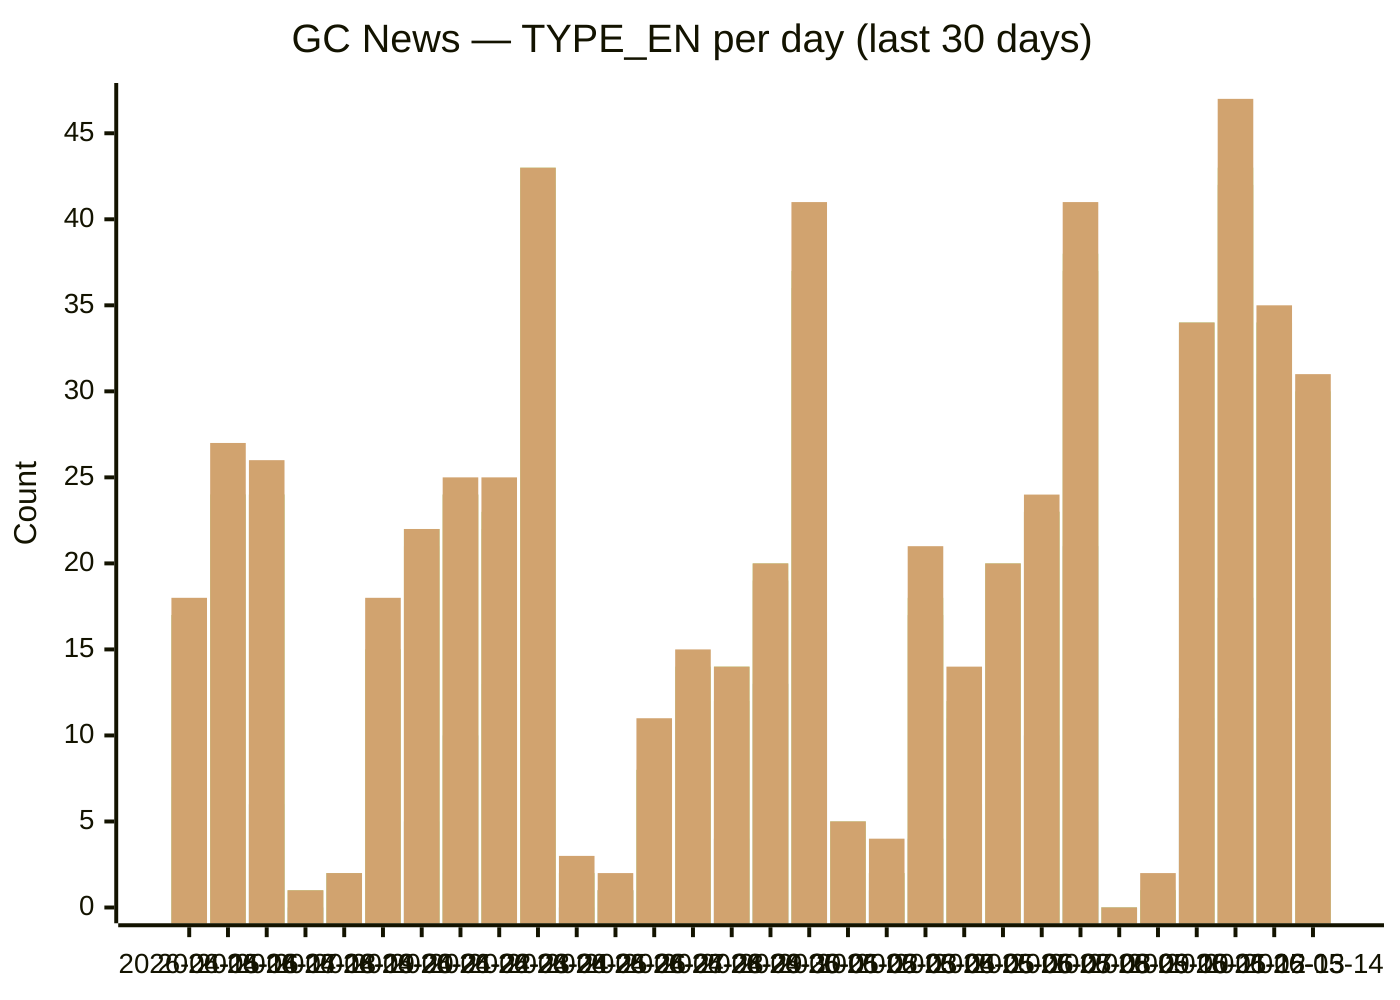
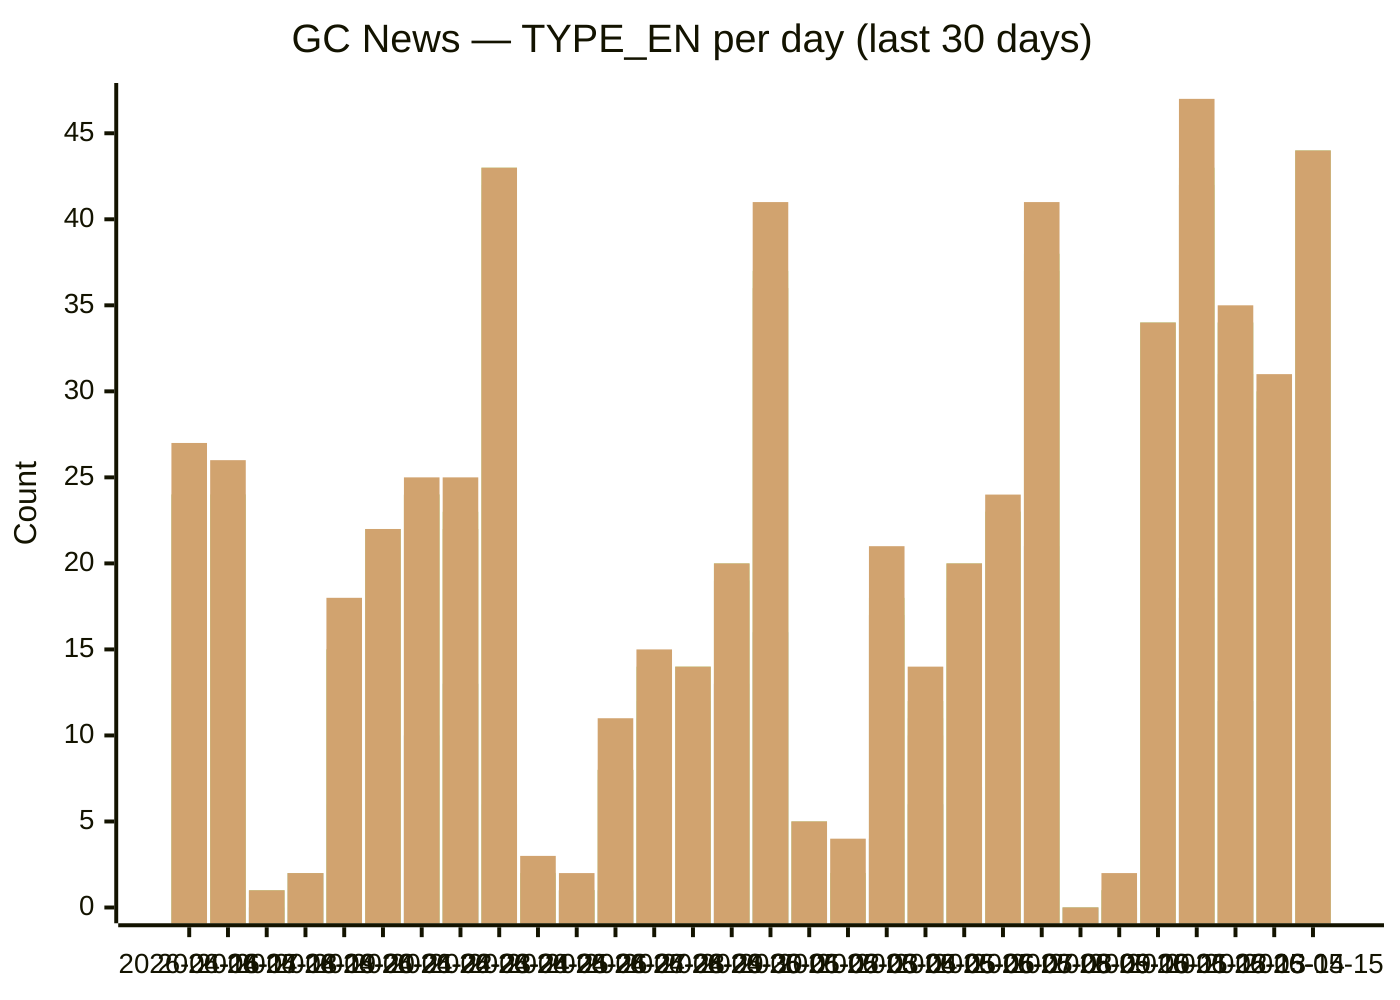
xychart-beta
  title "GC News — TYPE_EN per day (last 30 days)"
-   x-axis [2026-04-15, 2026-04-16, 2026-04-17, 2026-04-18, 2026-04-19, 2026-04-20, 2026-04-21, 2026-04-22, 2026-04-23, 2026-04-24, 2026-04-25, 2026-04-26, 2026-04-27, 2026-04-28, 2026-04-29, 2026-04-30, 2026-05-01, 2026-05-02, 2026-05-03, 2026-05-04, 2026-05-05, 2026-05-06, 2026-05-07, 2026-05-08, 2026-05-09, 2026-05-10, 2026-05-11, 2026-05-12, 2026-05-13, 2026-05-14]
+   x-axis [2026-04-16, 2026-04-17, 2026-04-18, 2026-04-19, 2026-04-20, 2026-04-21, 2026-04-22, 2026-04-23, 2026-04-24, 2026-04-25, 2026-04-26, 2026-04-27, 2026-04-28, 2026-04-29, 2026-04-30, 2026-05-01, 2026-05-02, 2026-05-03, 2026-05-04, 2026-05-05, 2026-05-06, 2026-05-07, 2026-05-08, 2026-05-09, 2026-05-10, 2026-05-11, 2026-05-12, 2026-05-13, 2026-05-14, 2026-05-15]
  y-axis "Count" 0 --> 47
-   bar backgrounders [1, 0, 3, 0, 0, 3, 1, 2, 1, 5, 0, 0, 1, 1, 0, 1, 1, 0, 0, 2, 1, 2, 0, 5, 0, 0, 2, 6, 2, 4]
-   bar "media advisories" [7, 13, 6, 0, 2, 6, 5, 10, 13, 6, 0, 1, 1, 7, 4, 13, 16, 0, 1, 4, 6, 7, 10, 21, 0, 0, 11, 18, 12, 12]
-   bar "news releases" [17, 24, 24, 1, 2, 15, 21, 24, 22, 41, 1, 1, 8, 11, 12, 19, 36, 5, 2, 17, 10, 18, 23, 37, 0, 1, 33, 42, 31, 28]
-   bar readouts [17, 24, 24, 1, 2, 15, 22, 24, 22, 42, 2, 1, 8, 12, 12, 19, 36, 5, 2, 17, 11, 19, 23, 37, 0, 1, 34, 42, 34, 29]
-   bar speeches [17, 24, 24, 1, 2, 15, 22, 24, 23, 43, 2, 1, 8, 14, 14, 20, 37, 5, 2, 18, 12, 20, 23, 38, 0, 1, 34, 43, 34, 30]
-   bar statements [18, 27, 26, 1, 2, 18, 22, 25, 25, 43, 3, 2, 11, 15, 14, 20, 41, 5, 4, 21, 14, 20, 24, 41, 0, 2, 34, 47, 35, 31]
+   bar backgrounders [0, 3, 0, 0, 3, 1, 2, 1, 5, 0, 0, 1, 1, 0, 1, 1, 0, 0, 2, 1, 2, 0, 5, 0, 0, 2, 6, 2, 4, 5]
+   bar "media advisories" [13, 6, 0, 2, 6, 5, 10, 13, 6, 0, 1, 1, 7, 4, 13, 16, 0, 1, 4, 6, 7, 10, 21, 0, 0, 11, 18, 12, 12, 22]
+   bar "news releases" [24, 24, 1, 2, 15, 21, 24, 22, 41, 1, 1, 8, 11, 12, 19, 36, 5, 2, 17, 10, 18, 23, 37, 0, 1, 33, 42, 31, 28, 42]
+   bar readouts [24, 24, 1, 2, 15, 22, 24, 22, 42, 2, 1, 8, 12, 12, 19, 36, 5, 2, 17, 11, 19, 23, 37, 0, 1, 34, 42, 34, 29, 44]
+   bar speeches [24, 24, 1, 2, 15, 22, 24, 23, 43, 2, 1, 8, 14, 14, 20, 37, 5, 2, 18, 12, 20, 23, 38, 0, 1, 34, 43, 34, 30, 44]
+   bar statements [27, 26, 1, 2, 18, 22, 25, 25, 43, 3, 2, 11, 15, 14, 20, 41, 5, 4, 21, 14, 20, 24, 41, 0, 2, 34, 47, 35, 31, 44]
